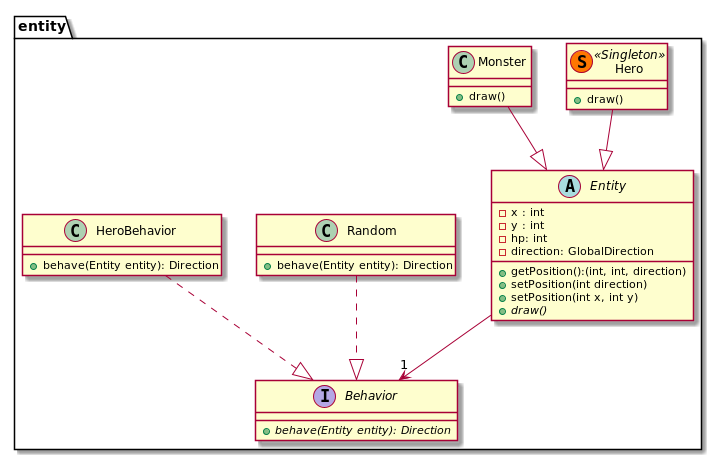
This is doc/first_sprint/diagrams/class/character.png from Reynault/ACL_2019_Zelpop, a PlantUML export, as it was before one commit.
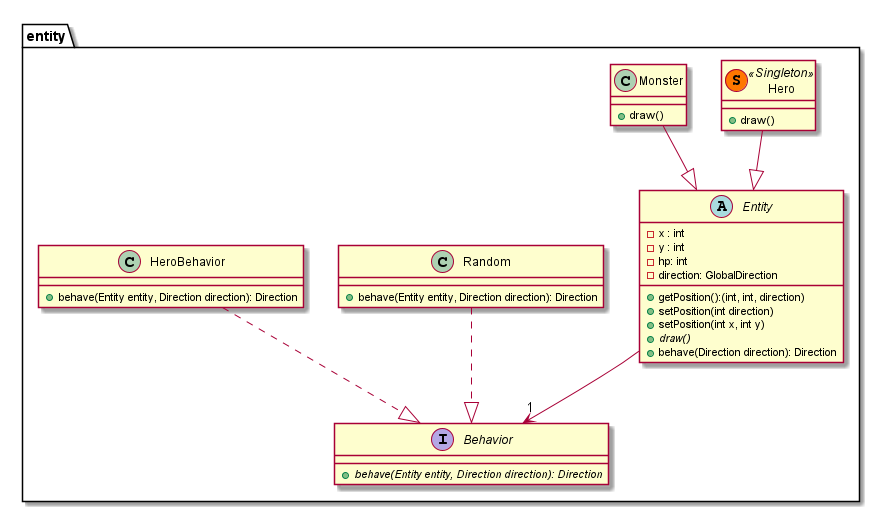
Later version of the same file.

What changed in the source:
```diff
@@ -11,6 +11,7 @@
         + setPosition(int direction)
         + setPosition(int x, int y)
         + {abstract} draw()
+        + behave(Direction direction): Direction
     }
 
     class Hero << (S,#FF7700) Singleton >>{
@@ -22,15 +23,15 @@
     }
 
     interface Behavior{
-        + {abstract} behave(Entity entity): Direction
+        + {abstract} behave(Entity entity, Direction direction): Direction
     }
 
     class Random{
-        + behave(Entity entity): Direction
+        + behave(Entity entity, Direction direction): Direction
     }
 
     class HeroBehavior{
-        + behave(Entity entity): Direction
+        + behave(Entity entity, Direction direction): Direction
     }
 
 }
```
